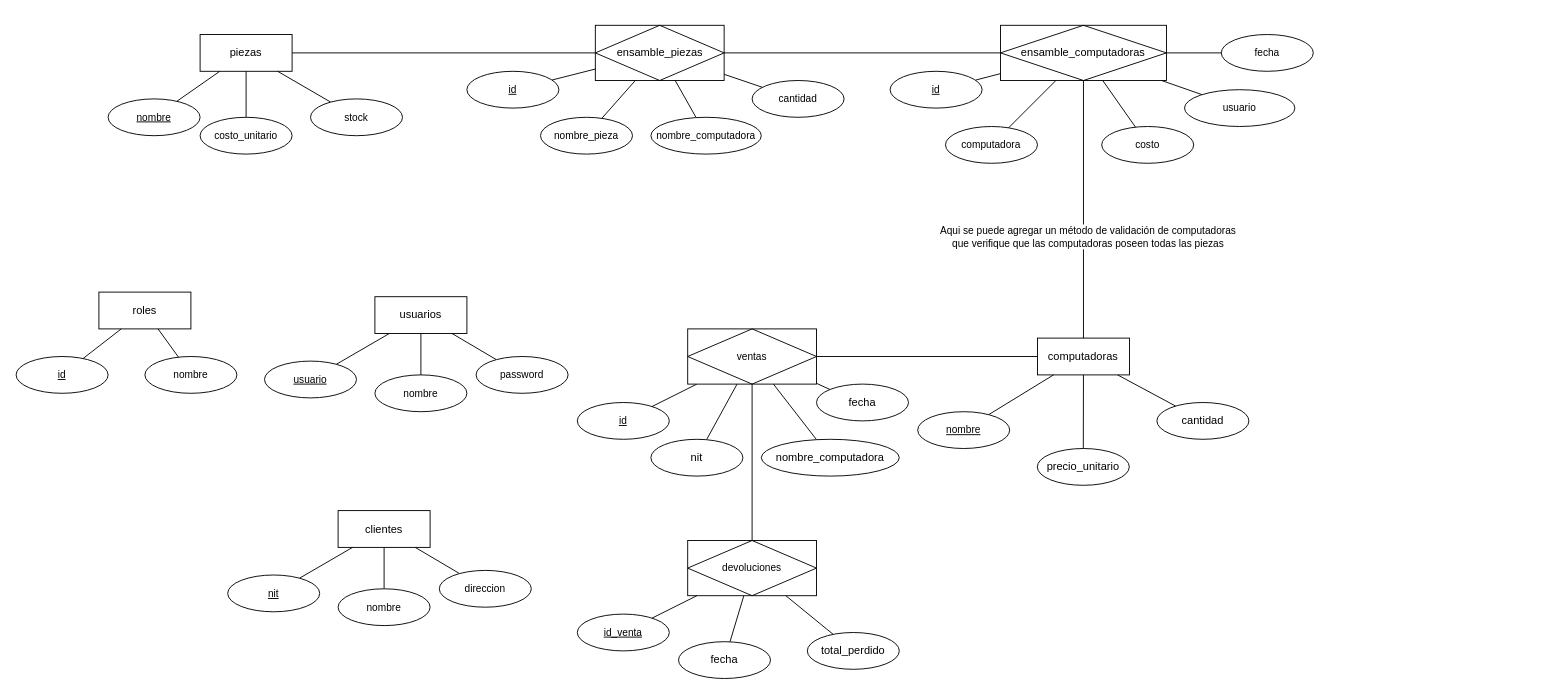
The draw.io diagram page "ER" (2 of 2) of Documentación/La Computadora Feliz IPC2 1S 2025.drawio in Emahch/Proyecto-1-IPC2-S2-2025, before the edit. Source tidied: cells renumbered, new cells numbered last; positions are measured from the earlier drawing's top-left corner, leaving out a move shared by most shapes. Both pictures are drawn from the tidied source at 92%, with x=0, y=0 at pixel (16, 25).
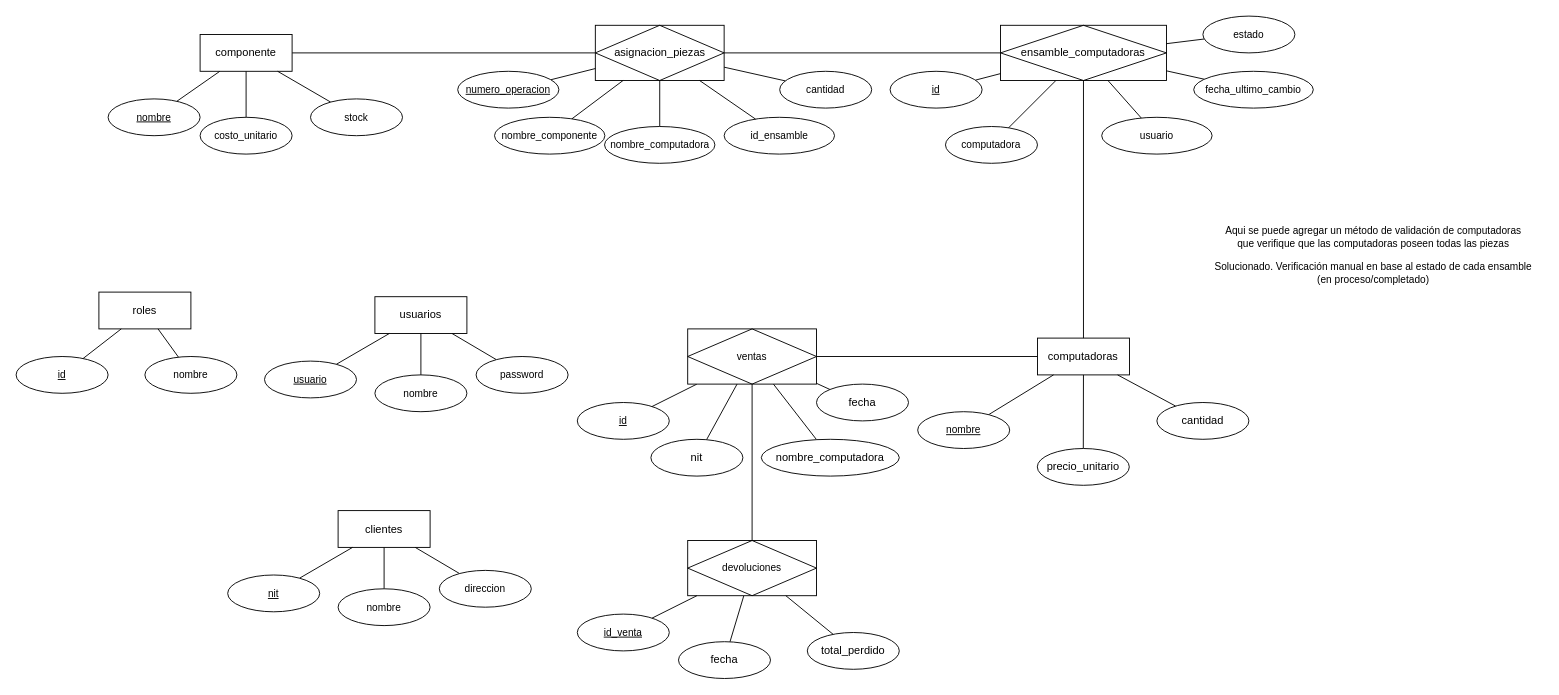
Above is the later version.

Unchanged cells that the change refers to:
```xml
<mxCell id="28" value="ensamble_computadoras" style="shape=associativeEntity;whiteSpace=wrap;html=1;align=center;" parent="1" vertex="1">
  <mxGeometry x="1070" width="180.4" height="60" as="geometry" />
</mxCell>
```

Diff of the diagram source:
```diff
@@
-    <mxCell id="3" value="piezas" style="whiteSpace=wrap;html=1;align=center;" parent="1" vertex="1">
+    <mxCell id="3" value="componente" style="whiteSpace=wrap;html=1;align=center;" parent="1" vertex="1">
       <mxGeometry x="200" y="10" width="100" height="40" as="geometry" />
     </mxCell>
@@
-    <mxCell id="6" value="ensamble_piezas" style="shape=associativeEntity;whiteSpace=wrap;html=1;align=center;" parent="1" vertex="1">
+    <mxCell id="6" value="asignacion_piezas" style="shape=associativeEntity;whiteSpace=wrap;html=1;align=center;" parent="1" vertex="1">
       <mxGeometry x="629.6" width="140" height="60" as="geometry" />
     </mxCell>
@@
-    <mxCell id="14" value="id" style="ellipse;whiteSpace=wrap;html=1;align=center;fontStyle=4;fontFamily=Helvetica;fontSize=11;fontColor=default;labelBackgroundColor=default;" parent="1" vertex="1">
-      <mxGeometry x="490" y="50" width="100" height="40" as="geometry" />
+    <mxCell id="14" value="numero_operacion" style="ellipse;whiteSpace=wrap;html=1;align=center;fontStyle=4;fontFamily=Helvetica;fontSize=11;fontColor=default;labelBackgroundColor=default;" parent="1" vertex="1">
+      <mxGeometry x="480" y="50" width="110" height="40" as="geometry" />
     </mxCell>
@@
-    <mxCell id="16" value="nombre_pieza" style="ellipse;whiteSpace=wrap;html=1;align=center;fontFamily=Helvetica;fontSize=11;fontColor=default;labelBackgroundColor=default;" parent="1" vertex="1">
-      <mxGeometry x="570" y="100" width="100" height="40" as="geometry" />
+    <mxCell id="16" value="nombre_componente" style="ellipse;whiteSpace=wrap;html=1;align=center;fontFamily=Helvetica;fontSize=11;fontColor=default;labelBackgroundColor=default;" parent="1" vertex="1">
+      <mxGeometry x="520" y="100" width="120" height="40" as="geometry" />
     </mxCell>
@@
     <mxCell id="18" value="nombre_computadora" style="ellipse;whiteSpace=wrap;html=1;align=center;fontFamily=Helvetica;fontSize=11;fontColor=default;labelBackgroundColor=default;" parent="1" vertex="1">
-      <mxGeometry x="690" y="100" width="120" height="40" as="geometry" />
+      <mxGeometry x="639.6" y="110" width="120" height="40" as="geometry" />
     </mxCell>
@@
     <mxCell id="20" value="cantidad" style="ellipse;whiteSpace=wrap;html=1;align=center;fontFamily=Helvetica;fontSize=11;fontColor=default;labelBackgroundColor=default;" parent="1" vertex="1">
-      <mxGeometry x="800" y="60" width="100" height="40" as="geometry" />
+      <mxGeometry x="830" y="50" width="100" height="40" as="geometry" />
     </mxCell>
@@
     <mxCell id="34" value="usuario" style="ellipse;whiteSpace=wrap;html=1;align=center;fontFamily=Helvetica;fontSize=11;fontColor=default;labelBackgroundColor=default;" parent="1" vertex="1">
-      <mxGeometry x="1270" y="70" width="120" height="40" as="geometry" />
+      <mxGeometry x="1180" y="100" width="120" height="40" as="geometry" />
     </mxCell>
@@
-    <mxCell id="36" value="fecha" style="ellipse;whiteSpace=wrap;html=1;align=center;fontFamily=Helvetica;fontSize=11;fontColor=default;labelBackgroundColor=default;" parent="1" vertex="1">
-      <mxGeometry x="1310" y="10" width="100" height="40" as="geometry" />
+    <mxCell id="36" value="fecha_ultimo_cambio" style="ellipse;whiteSpace=wrap;html=1;align=center;fontFamily=Helvetica;fontSize=11;fontColor=default;labelBackgroundColor=default;" parent="1" vertex="1">
+      <mxGeometry x="1280" y="50" width="130" height="40" as="geometry" />
     </mxCell>
@@
     <mxCell id="38" value="&lt;div&gt;Aqui se puede agregar un método de validación de computadoras&lt;/div&gt;&lt;div&gt;que verifique que las computadoras poseen todas las piezas&lt;/div&gt;" style="text;html=1;align=center;verticalAlign=middle;strokeColor=none;fillColor=none;fontFamily=Helvetica;fontSize=11;fontColor=default;labelBackgroundColor=default;" parent="1" vertex="1">
-      <mxGeometry x="990" y="210" width="350" height="40" as="geometry" />
+      <mxGeometry x="1300" y="210" width="350" height="40" as="geometry" />
     </mxCell>
@@
-    <mxCell id="48" style="edgeStyle=none;shape=connector;rounded=0;jettySize=auto;html=1;strokeColor=default;align=center;verticalAlign=middle;fontFamily=Helvetica;fontSize=11;fontColor=default;labelBackgroundColor=default;startFill=0;endArrow=none;" parent="1" edge="1" source="49" target="28">
-      <mxGeometry relative="1" as="geometry" />
-    </mxCell>
-    <mxCell id="49" value="costo" style="ellipse;whiteSpace=wrap;html=1;align=center;fontFamily=Helvetica;fontSize=11;fontColor=default;labelBackgroundColor=default;" parent="1" vertex="1">
-      <mxGeometry x="1180" y="110" width="100" height="40" as="geometry" />
-    </mxCell>
@@
+    <mxCell id="77" value="estado" style="ellipse;whiteSpace=wrap;html=1;align=center;fontFamily=Helvetica;fontSize=11;fontColor=default;labelBackgroundColor=default;" parent="1" vertex="1">
+      <mxGeometry x="1290" y="-10" width="100" height="40" as="geometry" />
+    </mxCell>
+    <mxCell id="78" style="edgeStyle=none;shape=connector;rounded=0;jettySize=auto;html=1;strokeColor=default;align=center;verticalAlign=middle;fontFamily=Helvetica;fontSize=11;fontColor=default;labelBackgroundColor=default;startFill=0;endArrow=none;" parent="1" edge="1" source="77" target="28">
+      <mxGeometry relative="1" as="geometry" />
+    </mxCell>
+    <mxCell id="79" value="&lt;div&gt;Solucionado. Verificación manual en base al estado de cada ensamble&lt;/div&gt;&lt;div&gt;(en proceso/completado)&lt;/div&gt;" style="text;html=1;align=center;verticalAlign=middle;strokeColor=none;fillColor=none;fontFamily=Helvetica;fontSize=11;fontColor=default;labelBackgroundColor=default;" parent="1" vertex="1">
+      <mxGeometry x="1290" y="250" width="370" height="40" as="geometry" />
+    </mxCell>
+    <mxCell id="80" value="id_ensamble" style="ellipse;whiteSpace=wrap;html=1;align=center;fontFamily=Helvetica;fontSize=11;fontColor=default;labelBackgroundColor=default;" parent="1" vertex="1">
+      <mxGeometry x="769.6" y="100" width="120" height="40" as="geometry" />
+    </mxCell>
+    <mxCell id="81" style="edgeStyle=none;shape=connector;rounded=0;jettySize=auto;html=1;strokeColor=default;align=center;verticalAlign=middle;fontFamily=Helvetica;fontSize=11;fontColor=default;labelBackgroundColor=default;startFill=0;endArrow=none;" parent="1" edge="1" source="80" target="6">
+      <mxGeometry relative="1" as="geometry" />
+    </mxCell>
```
